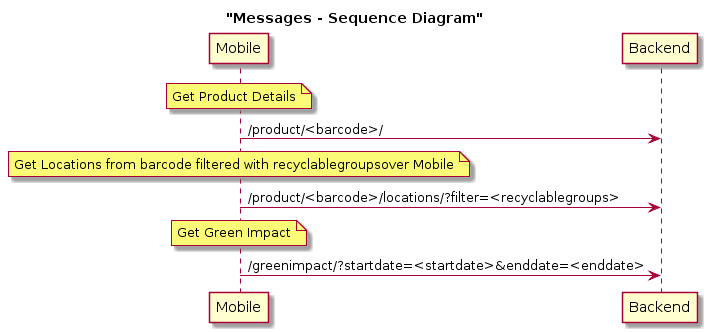
Earlier version of the PlantUML export doc/interaction.png (storrellas/recycling).
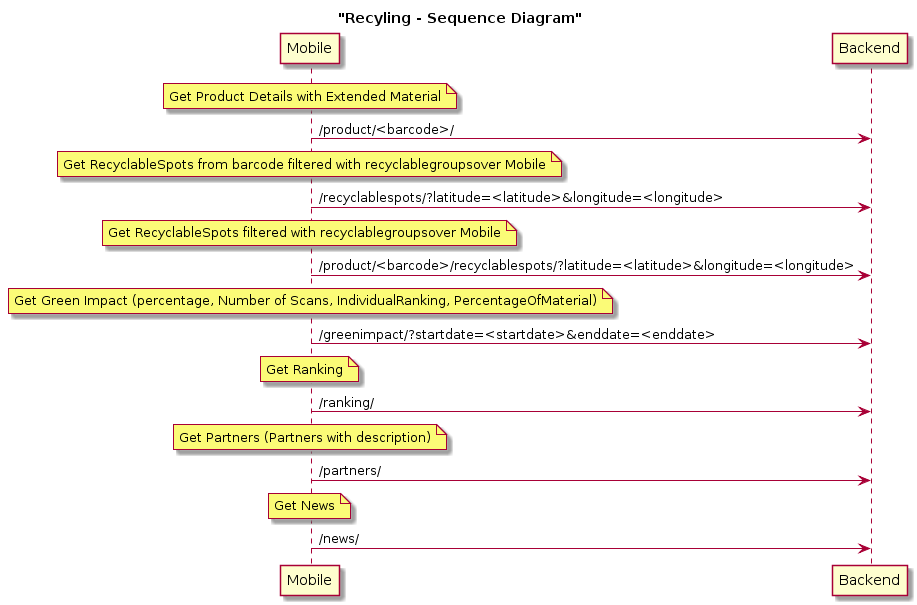
The same file after the commit.

Commit message:
ENH: New Interaction Diagram

Change to the diagram source:
```diff
@@ -1,15 +1,27 @@
 @startuml
-title "Messages - Sequence Diagram"
+title "Recyling - Sequence Diagram"
 
 participant Mobile
 participant Backend
 
 
-note over Mobile: Get Product Details
+note over Mobile: Get Product Details with Extended Material
 Mobile -> Backend : /product/<barcode>/
-note over Mobile: Get Locations from barcode filtered with recyclablegroupsover Mobile
-Mobile -> Backend : /product/<barcode>/locations/?filter=<recyclablegroups>
 
-note over Mobile: Get Green Impact
+note over Mobile: Get RecyclableSpots from barcode filtered with recyclablegroupsover Mobile
+Mobile -> Backend : /recyclablespots/?latitude=<latitude>&longitude=<longitude>
+note over Mobile: Get RecyclableSpots filtered with recyclablegroupsover Mobile
+Mobile -> Backend : /product/<barcode>/recyclablespots/?latitude=<latitude>&longitude=<longitude>
+
+note over Mobile: Get Green Impact (percentage, Number of Scans, IndividualRanking, PercentageOfMaterial)
 Mobile -> Backend : /greenimpact/?startdate=<startdate>&enddate=<enddate>
+
+note over Mobile: Get Ranking
+Mobile -> Backend : /ranking/
+
+note over Mobile: Get Partners (Partners with description)
+Mobile -> Backend : /partners/
+
+note over Mobile: Get News
+Mobile -> Backend : /news/
 @enduml
```
